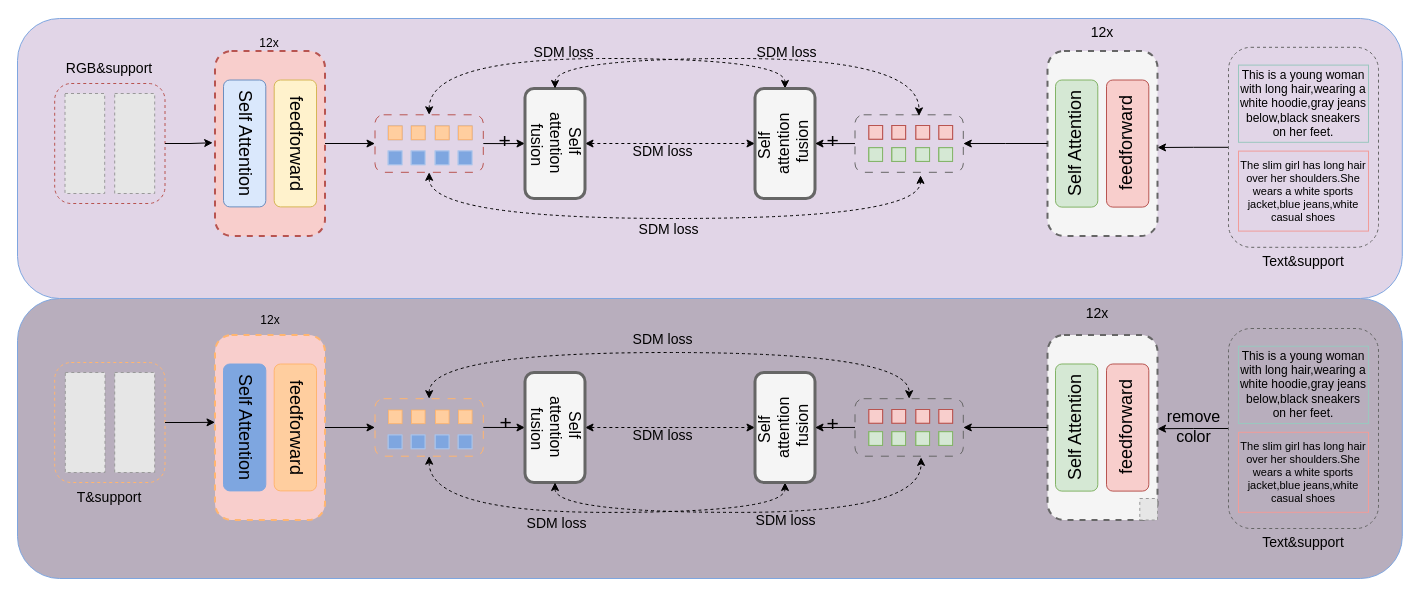
The draw.io diagram 12.10mlukd_teacher.drawio in CZYdeGithub/drawio, before the edit. Source tidied: cells renumbered, new cells numbered last; positions are measured from the earlier drawing's top-left corner, leaving out a move shared by most shapes. Both pictures are drawn from the tidied source at 100%, with x=0, y=0 at pixel (17, 17). Pictures stored in the file or linked from it are replaced by grey dashed boxes.
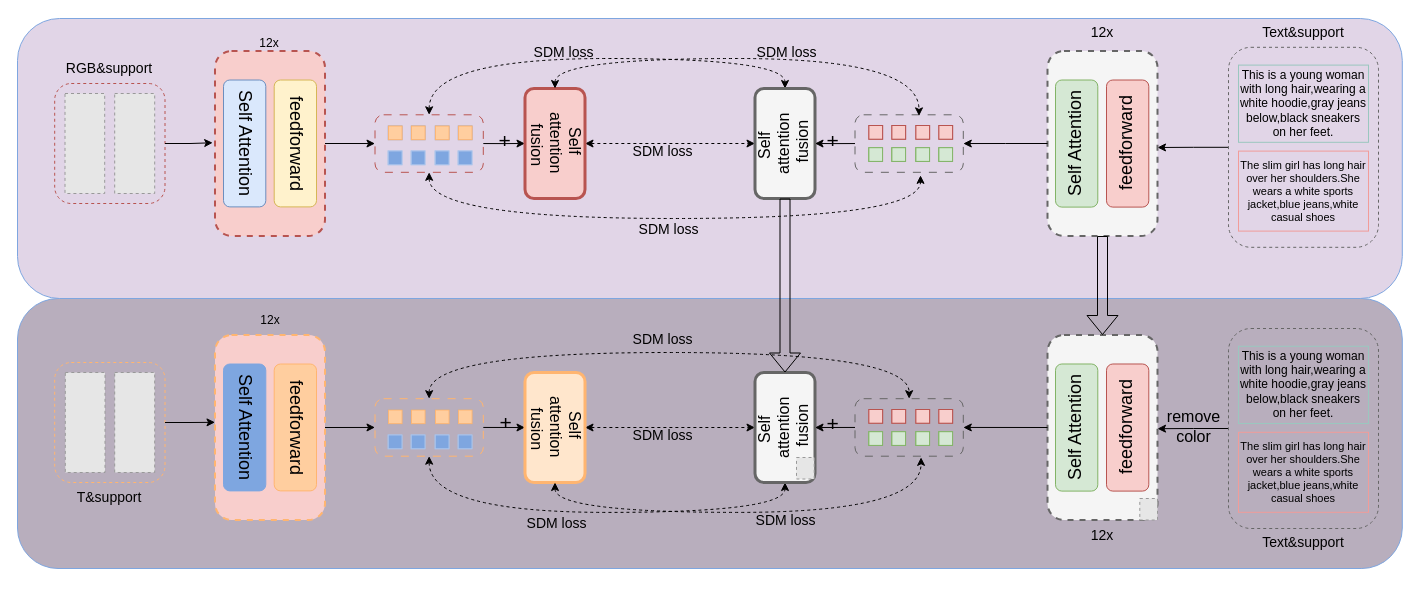
After the change.

The change refers to these unchanged cells:
```xml
<mxCell id="14" value="Self&amp;nbsp;&lt;div&gt;attention&lt;/div&gt;&lt;div&gt;&amp;nbsp;fusion&lt;/div&gt;" style="rounded=1;whiteSpace=wrap;html=1;direction=east;textDirection=vertical-rl;fontSize=16;strokeColor=#666666;flipV=1;flipH=1;rotation=-180;strokeWidth=3;fillColor=#f5f5f5;" parent="1" vertex="1">
  <mxGeometry x="737.5" y="71" width="60" height="110" as="geometry" />
</mxCell>
<mxCell id="24" style="rounded=1;whiteSpace=wrap;html=1;fillColor=#f5f5f5;strokeColor=#666666;dashed=1;strokeWidth=2;direction=west;fontColor=#333333;rotation=-180;" parent="23" vertex="1">
  <mxGeometry width="110" height="185" as="geometry" />
</mxCell>
<mxCell id="81" value="Self&amp;nbsp;&lt;div&gt;attention&lt;/div&gt;&lt;div&gt;&amp;nbsp;fusion&lt;/div&gt;" style="rounded=1;whiteSpace=wrap;html=1;direction=east;textDirection=vertical-rl;fontSize=16;strokeColor=#666666;flipV=1;flipH=1;rotation=-180;strokeWidth=3;fillColor=#f5f5f5;" parent="1" vertex="1">
  <mxGeometry x="737.5" y="355" width="60" height="110" as="geometry" />
</mxCell>
<mxCell id="139" style="rounded=1;whiteSpace=wrap;html=1;fillColor=#f5f5f5;strokeColor=#666666;dashed=1;strokeWidth=2;direction=west;fontColor=#333333;rotation=-180;" parent="138" vertex="1">
  <mxGeometry width="110" height="185" as="geometry" />
</mxCell>
```

What changed in the source:
```diff
@@
     <mxCell id="2" style="rounded=1;whiteSpace=wrap;html=1;fillColor=#B8AEBD;strokeColor=#7EA6E0;" parent="1" vertex="1">
-      <mxGeometry y="281" width="1384.8" height="280" as="geometry" />
+      <mxGeometry y="281" width="1384.8" height="270" as="geometry" />
     </mxCell>
@@
-    <mxCell id="13" value="Self&amp;nbsp;&lt;div&gt;attention&lt;/div&gt;&lt;div&gt;&amp;nbsp;fusion&lt;/div&gt;" style="rounded=1;whiteSpace=wrap;html=1;direction=west;textDirection=vertical-rl;fontSize=16;strokeColor=#666666;strokeWidth=3;fillColor=#f5f5f5;align=center;verticalAlign=middle;fontFamily=Helvetica;fontColor=default;" parent="1" vertex="1">
+    <mxCell id="13" value="Self&amp;nbsp;&lt;div&gt;attention&lt;/div&gt;&lt;div&gt;&amp;nbsp;fusion&lt;/div&gt;" style="rounded=1;whiteSpace=wrap;html=1;direction=west;textDirection=vertical-rl;fontSize=16;strokeColor=#b85450;strokeWidth=3;fillColor=#f8cecc;align=center;verticalAlign=middle;fontFamily=Helvetica;" parent="1" vertex="1">
       <mxGeometry x="507.5" y="71" width="60" height="110" as="geometry" />
     </mxCell>
@@
     <mxCell id="71" value="Text&amp;amp;support" style="text;html=1;align=center;verticalAlign=middle;whiteSpace=wrap;rounded=0;fontSize=14;" parent="1" vertex="1">
-      <mxGeometry x="1256" y="228.5" width="60" height="30" as="geometry" />
+      <mxGeometry x="1256" y="-0.2" width="60" height="30" as="geometry" />
     </mxCell>
@@
-    <mxCell id="80" value="Self&amp;nbsp;&lt;div&gt;attention&lt;/div&gt;&lt;div&gt;&amp;nbsp;fusion&lt;/div&gt;" style="rounded=1;whiteSpace=wrap;html=1;direction=west;textDirection=vertical-rl;fontSize=16;strokeColor=#666666;strokeWidth=3;fillColor=#f5f5f5;align=center;verticalAlign=middle;fontFamily=Helvetica;fontColor=default;" parent="1" vertex="1">
+    <mxCell id="80" value="Self&amp;nbsp;&lt;div&gt;attention&lt;/div&gt;&lt;div&gt;&amp;nbsp;fusion&lt;/div&gt;" style="rounded=1;whiteSpace=wrap;html=1;direction=west;textDirection=vertical-rl;fontSize=16;strokeColor=#ffb570;strokeWidth=3;fillColor=#ffe6cc;align=center;verticalAlign=middle;fontFamily=Helvetica;" parent="1" vertex="1">
       <mxGeometry x="507.5" y="355" width="60" height="110" as="geometry" />
     </mxCell>
@@
     <mxCell id="146" value="12x" style="text;html=1;align=center;verticalAlign=middle;whiteSpace=wrap;rounded=0;fontSize=14;" parent="1" vertex="1">
-      <mxGeometry x="1050" y="281" width="60" height="30" as="geometry" />
+      <mxGeometry x="1055" y="502.5" width="60" height="30" as="geometry" />
     </mxCell>
@@
+    <mxCell id="148" style="shape=flexArrow;endArrow=classic;html=1;rounded=0;entryX=0.5;entryY=1;entryDx=0;entryDy=0;exitX=0.5;exitY=0;exitDx=0;exitDy=0;" parent="1" edge="1" source="14" target="81">
+      <mxGeometry relative="1" as="geometry" />
+    </mxCell>
+    <mxCell id="149" style="shape=flexArrow;endArrow=classic;html=1;rounded=0;entryX=0.5;entryY=0;entryDx=0;entryDy=0;exitX=0.5;exitY=1;exitDx=0;exitDy=0;" parent="1" edge="1" source="24" target="139">
+      <mxGeometry relative="1" as="geometry" />
+    </mxCell>
+    <mxCell id="150" style="fillColor=#E6E6E6;strokeColor=#999999;dashed=1;verticalLabelPosition=bottom;labelBackgroundColor=default;verticalAlign=top;" parent="1" vertex="1">
+      <mxGeometry x="779" y="440" width="17.7" height="21.5" as="geometry" />
+    </mxCell>
```
